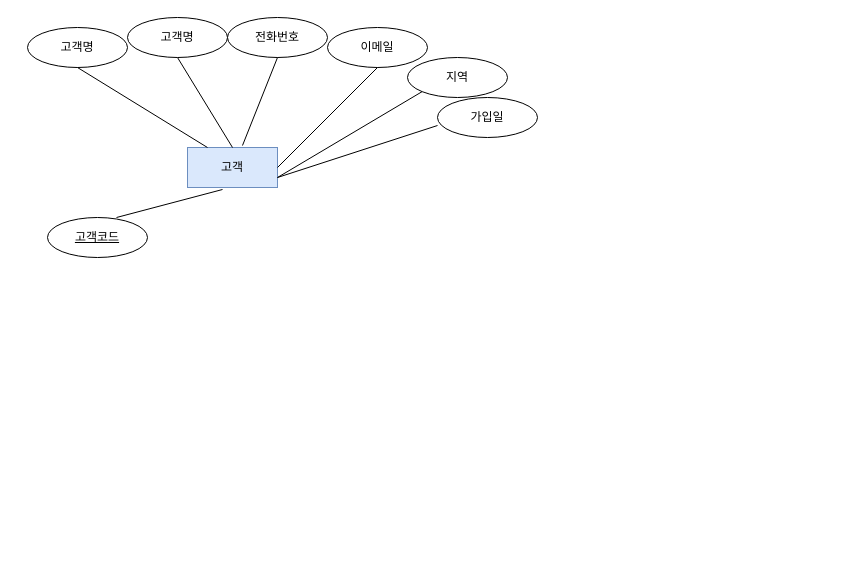
diesel428/ai8erd keeps this draw.io diagram as page "페이지-1" (1 of 2) of erd.drawio. Above is the earlier version. Source tidied: cells renumbered, new cells numbered last; positions are measured from the earlier drawing's top-left corner, leaving out a move shared by most shapes. Both pictures are drawn from the tidied source at 100%, with x=0, y=0 at pixel (27, 17).
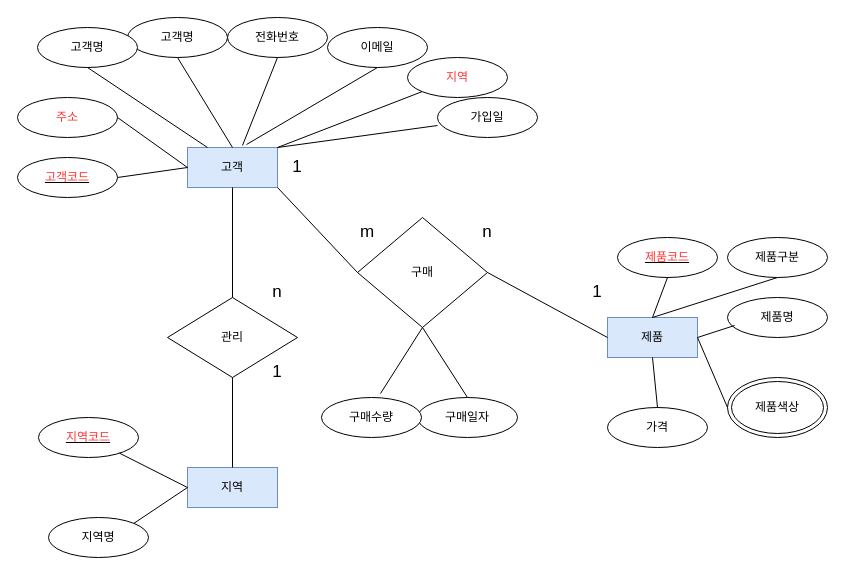
The same page after the edit.

The change refers to these unchanged cells:
```xml
<mxCell id="2" value="고객" style="whiteSpace=wrap;html=1;align=center;fillColor=#dae8fc;strokeColor=#6c8ebf;" parent="1" vertex="1">
  <mxGeometry x="160" y="130" width="90" height="40" as="geometry" />
</mxCell>
<mxCell id="6" value="이메일" style="ellipse;whiteSpace=wrap;html=1;align=center;" parent="1" vertex="1">
  <mxGeometry x="300" y="10" width="100" height="40" as="geometry" />
</mxCell>
<mxCell id="13" value="가입일" style="ellipse;whiteSpace=wrap;html=1;align=center;" parent="1" vertex="1">
  <mxGeometry x="410" y="80" width="100" height="40" as="geometry" />
</mxCell>
```

Change to the diagram source:
```diff
@@
-    <mxCell id="7" value="지역" style="ellipse;whiteSpace=wrap;html=1;align=center;" parent="1" vertex="1">
+    <mxCell id="7" value="&lt;font color=&quot;#ff3333&quot;&gt;지역&lt;/font&gt;" style="ellipse;whiteSpace=wrap;html=1;align=center;" parent="1" vertex="1">
       <mxGeometry x="380" y="40" width="100" height="40" as="geometry" />
     </mxCell>
     <mxCell id="8" value="고객명" style="ellipse;whiteSpace=wrap;html=1;align=center;" parent="1" vertex="1">
-      <mxGeometry y="10" width="100" height="40" as="geometry" />
+      <mxGeometry x="10" y="10" width="100" height="40" as="geometry" />
     </mxCell>
@@
-    <mxCell id="11" style="endArrow=none;html=1;rounded=0;entryX=0.5;entryY=1;entryDx=0;entryDy=0;exitX=1;exitY=0.5;exitDx=0;exitDy=0;" parent="1" edge="1" source="2" target="6">
+    <mxCell id="11" style="endArrow=none;html=1;rounded=0;entryX=0.5;entryY=1;entryDx=0;entryDy=0;exitX=0.656;exitY=-0.075;exitDx=0;exitDy=0;exitPerimeter=0;" parent="1" edge="1" source="2" target="6">
       <mxGeometry relative="1" as="geometry" />
     </mxCell>
-    <mxCell id="12" style="endArrow=none;html=1;rounded=0;entryX=0;entryY=1;entryDx=0;entryDy=0;exitX=1;exitY=0.75;exitDx=0;exitDy=0;" parent="1" edge="1" source="2" target="7">
+    <mxCell id="12" style="endArrow=none;html=1;rounded=0;entryX=0;entryY=1;entryDx=0;entryDy=0;exitX=1;exitY=0;exitDx=0;exitDy=0;" parent="1" edge="1" source="2" target="7">
       <mxGeometry relative="1" as="geometry" />
     </mxCell>
@@
-    <mxCell id="14" style="endArrow=none;html=1;rounded=0;entryX=0;entryY=0.7;entryDx=0;entryDy=0;exitX=1;exitY=0.75;exitDx=0;exitDy=0;entryPerimeter=0;" parent="1" edge="1" source="2" target="13">
+    <mxCell id="14" style="endArrow=none;html=1;rounded=0;entryX=0;entryY=0.7;entryDx=0;entryDy=0;exitX=1;exitY=0;exitDx=0;exitDy=0;entryPerimeter=0;" parent="1" edge="1" source="2" target="13">
       <mxGeometry relative="1" as="geometry" />
     </mxCell>
-    <mxCell id="15" style="endArrow=none;html=1;rounded=0;entryX=0.389;entryY=1.05;entryDx=0;entryDy=0;entryPerimeter=0;exitX=0.69;exitY=0;exitDx=0;exitDy=0;exitPerimeter=0;" parent="1" edge="1" source="16" target="2">
+    <mxCell id="15" style="endArrow=none;html=1;rounded=0;entryX=0;entryY=0.5;entryDx=0;entryDy=0;exitX=1;exitY=0.5;exitDx=0;exitDy=0;" parent="1" edge="1" source="16" target="2">
       <mxGeometry relative="1" as="geometry" />
     </mxCell>
-    <mxCell id="16" value="고객코드" style="ellipse;whiteSpace=wrap;html=1;align=center;fontStyle=4;" parent="1" vertex="1">
-      <mxGeometry x="20" y="200" width="100" height="40" as="geometry" />
+    <mxCell id="16" value="&lt;font color=&quot;#ff3333&quot;&gt;고객코드&lt;/font&gt;" style="ellipse;whiteSpace=wrap;html=1;align=center;fontStyle=4;" parent="1" vertex="1">
+      <mxGeometry x="-10" y="140" width="100" height="40" as="geometry" />
     </mxCell>
+    <mxCell id="17" value="지역" style="whiteSpace=wrap;html=1;align=center;fillColor=#dae8fc;strokeColor=#6c8ebf;" parent="1" vertex="1">
+      <mxGeometry x="160" y="450" width="90" height="40" as="geometry" />
+    </mxCell>
+    <mxCell id="18" value="&lt;u&gt;&lt;font color=&quot;#ff3333&quot;&gt;지역코드&lt;/font&gt;&lt;/u&gt;" style="ellipse;whiteSpace=wrap;html=1;align=center;" parent="1" vertex="1">
+      <mxGeometry x="11" y="400" width="100" height="40" as="geometry" />
+    </mxCell>
+    <mxCell id="19" value="지역명" style="ellipse;whiteSpace=wrap;html=1;align=center;" parent="1" vertex="1">
+      <mxGeometry x="21" y="500" width="100" height="40" as="geometry" />
+    </mxCell>
+    <mxCell id="20" style="endArrow=none;html=1;rounded=0;entryX=0;entryY=0.5;entryDx=0;entryDy=0;" parent="1" edge="1" source="18" target="17">
+      <mxGeometry relative="1" as="geometry" />
+    </mxCell>
+    <mxCell id="21" style="endArrow=none;html=1;rounded=0;entryX=0;entryY=0.5;entryDx=0;entryDy=0;exitX=1;exitY=0;exitDx=0;exitDy=0;" parent="1" edge="1" source="19" target="17">
+      <mxGeometry relative="1" as="geometry" />
+    </mxCell>
+    <mxCell id="22" value="제품" style="whiteSpace=wrap;html=1;align=center;fillColor=#dae8fc;strokeColor=#6c8ebf;" parent="1" vertex="1">
+      <mxGeometry x="580" y="300" width="90" height="40" as="geometry" />
+    </mxCell>
+    <mxCell id="23" value="&lt;u&gt;&lt;font color=&quot;#ff3333&quot;&gt;제품코드&lt;/font&gt;&lt;/u&gt;" style="ellipse;whiteSpace=wrap;html=1;align=center;" parent="1" vertex="1">
+      <mxGeometry x="590" y="220" width="100" height="40" as="geometry" />
+    </mxCell>
+    <mxCell id="24" value="제품명" style="ellipse;whiteSpace=wrap;html=1;align=center;" parent="1" vertex="1">
+      <mxGeometry x="700" y="280" width="100" height="40" as="geometry" />
+    </mxCell>
+    <mxCell id="25" value="제품구분" style="ellipse;whiteSpace=wrap;html=1;align=center;" parent="1" vertex="1">
+      <mxGeometry x="700" y="220" width="100" height="40" as="geometry" />
+    </mxCell>
+    <mxCell id="26" value="제품색상" style="ellipse;shape=doubleEllipse;whiteSpace=wrap;html=1;" parent="1" vertex="1">
+      <mxGeometry x="700" y="360" width="100" height="60" as="geometry" />
+    </mxCell>
+    <mxCell id="27" value="가격" style="ellipse;whiteSpace=wrap;html=1;align=center;" parent="1" vertex="1">
+      <mxGeometry x="580" y="390" width="100" height="40" as="geometry" />
+    </mxCell>
+    <mxCell id="28" style="endArrow=none;html=1;rounded=0;entryX=0.5;entryY=0;entryDx=0;entryDy=0;exitX=0.5;exitY=1;exitDx=0;exitDy=0;" parent="1" edge="1" source="23" target="22">
+      <mxGeometry relative="1" as="geometry" />
+    </mxCell>
+    <mxCell id="29" style="endArrow=none;html=1;rounded=0;entryX=0.5;entryY=0;entryDx=0;entryDy=0;exitX=0.5;exitY=1;exitDx=0;exitDy=0;" parent="1" edge="1" source="25" target="22">
+      <mxGeometry relative="1" as="geometry" />
+    </mxCell>
+    <mxCell id="30" style="endArrow=none;html=1;rounded=0;entryX=0.07;entryY=0.7;entryDx=0;entryDy=0;entryPerimeter=0;exitX=1;exitY=0.5;exitDx=0;exitDy=0;" parent="1" edge="1" source="22" target="24">
+      <mxGeometry relative="1" as="geometry" />
+    </mxCell>
+    <mxCell id="31" style="endArrow=none;html=1;rounded=0;entryX=0;entryY=0.5;entryDx=0;entryDy=0;exitX=1;exitY=0.5;exitDx=0;exitDy=0;" parent="1" edge="1" source="22" target="26">
+      <mxGeometry relative="1" as="geometry" />
+    </mxCell>
+    <mxCell id="32" style="endArrow=none;html=1;rounded=0;entryX=0.5;entryY=0;entryDx=0;entryDy=0;exitX=0.5;exitY=1;exitDx=0;exitDy=0;" parent="1" edge="1" source="22" target="27">
+      <mxGeometry relative="1" as="geometry" />
+    </mxCell>
+    <mxCell id="33" value="관리" style="rhombus;whiteSpace=wrap;html=1;" parent="1" vertex="1">
+      <mxGeometry x="140" y="280" width="130" height="80" as="geometry" />
+    </mxCell>
+    <mxCell id="34" style="endArrow=none;html=1;rounded=0;entryX=0.5;entryY=1;entryDx=0;entryDy=0;exitX=0.5;exitY=0;exitDx=0;exitDy=0;" parent="1" edge="1" source="33" target="2">
+      <mxGeometry relative="1" as="geometry" />
+    </mxCell>
+    <mxCell id="35" style="endArrow=none;html=1;rounded=0;exitX=0.5;exitY=0;exitDx=0;exitDy=0;entryX=0.5;entryY=1;entryDx=0;entryDy=0;" parent="1" edge="1" source="17" target="33">
+      <mxGeometry relative="1" as="geometry" />
+    </mxCell>
+    <mxCell id="36" value="&lt;font color=&quot;#ff3333&quot;&gt;주소&lt;/font&gt;" style="ellipse;whiteSpace=wrap;html=1;align=center;" parent="1" vertex="1">
+      <mxGeometry x="-10" y="80" width="100" height="40" as="geometry" />
+    </mxCell>
+    <mxCell id="37" style="endArrow=none;html=1;rounded=0;entryX=1;entryY=0.5;entryDx=0;entryDy=0;exitX=0;exitY=0.5;exitDx=0;exitDy=0;" parent="1" edge="1" source="2" target="36">
+      <mxGeometry relative="1" as="geometry" />
+    </mxCell>
+    <mxCell id="38" value="구매" style="rhombus;whiteSpace=wrap;html=1;" parent="1" vertex="1">
+      <mxGeometry x="330" y="200" width="130" height="110" as="geometry" />
+    </mxCell>
+    <mxCell id="39" style="endArrow=none;html=1;rounded=0;entryX=1;entryY=1;entryDx=0;entryDy=0;exitX=0;exitY=0.5;exitDx=0;exitDy=0;" parent="1" edge="1" source="38" target="2">
+      <mxGeometry relative="1" as="geometry" />
+    </mxCell>
+    <mxCell id="40" style="endArrow=none;html=1;rounded=0;entryX=1;entryY=0.5;entryDx=0;entryDy=0;exitX=0;exitY=0.5;exitDx=0;exitDy=0;" parent="1" edge="1" source="22" target="38">
+      <mxGeometry relative="1" as="geometry" />
+    </mxCell>
+    <mxCell id="41" value="구매일자" style="ellipse;whiteSpace=wrap;html=1;align=center;" parent="1" vertex="1">
+      <mxGeometry x="390" y="380" width="100" height="40" as="geometry" />
+    </mxCell>
+    <mxCell id="42" value="구매수량" style="ellipse;whiteSpace=wrap;html=1;align=center;" parent="1" vertex="1">
+      <mxGeometry x="294" y="380" width="100" height="40" as="geometry" />
+    </mxCell>
+    <mxCell id="43" style="endArrow=none;html=1;rounded=0;entryX=0.5;entryY=1;entryDx=0;entryDy=0;exitX=0.59;exitY=-0.1;exitDx=0;exitDy=0;exitPerimeter=0;" parent="1" edge="1" source="42" target="38">
+      <mxGeometry relative="1" as="geometry" />
+    </mxCell>
+    <mxCell id="44" style="endArrow=none;html=1;rounded=0;exitX=0.5;exitY=0;exitDx=0;exitDy=0;entryX=0.5;entryY=1;entryDx=0;entryDy=0;" parent="1" edge="1" source="41" target="38">
+      <mxGeometry relative="1" as="geometry" />
+    </mxCell>
+    <mxCell id="45" value="&lt;font style=&quot;font-size: 17px;&quot;&gt;n&lt;/font&gt;" style="text;html=1;strokeColor=none;fillColor=none;align=center;verticalAlign=middle;whiteSpace=wrap;rounded=0;" parent="1" vertex="1">
+      <mxGeometry x="220" y="260" width="60" height="30" as="geometry" />
+    </mxCell>
+    <mxCell id="46" value="&lt;font style=&quot;font-size: 17px;&quot;&gt;n&lt;/font&gt;" style="text;html=1;strokeColor=none;fillColor=none;align=center;verticalAlign=middle;whiteSpace=wrap;rounded=0;" parent="1" vertex="1">
+      <mxGeometry x="430" y="200" width="60" height="30" as="geometry" />
+    </mxCell>
+    <mxCell id="47" value="&lt;span style=&quot;font-size: 17px;&quot;&gt;m&lt;/span&gt;" style="text;html=1;strokeColor=none;fillColor=none;align=center;verticalAlign=middle;whiteSpace=wrap;rounded=0;" parent="1" vertex="1">
+      <mxGeometry x="310" y="200" width="60" height="30" as="geometry" />
+    </mxCell>
+    <mxCell id="48" value="&lt;font style=&quot;font-size: 17px;&quot;&gt;1&lt;/font&gt;" style="text;html=1;strokeColor=none;fillColor=none;align=center;verticalAlign=middle;whiteSpace=wrap;rounded=0;" parent="1" vertex="1">
+      <mxGeometry x="220" y="340" width="60" height="30" as="geometry" />
+    </mxCell>
+    <mxCell id="49" value="&lt;font style=&quot;font-size: 17px;&quot;&gt;1&lt;/font&gt;" style="text;html=1;strokeColor=none;fillColor=none;align=center;verticalAlign=middle;whiteSpace=wrap;rounded=0;" parent="1" vertex="1">
+      <mxGeometry x="240" y="135" width="60" height="30" as="geometry" />
+    </mxCell>
+    <mxCell id="50" value="&lt;font style=&quot;font-size: 17px;&quot;&gt;1&lt;/font&gt;" style="text;html=1;strokeColor=none;fillColor=none;align=center;verticalAlign=middle;whiteSpace=wrap;rounded=0;" parent="1" vertex="1">
+      <mxGeometry x="540" y="260" width="60" height="30" as="geometry" />
+    </mxCell>
```
